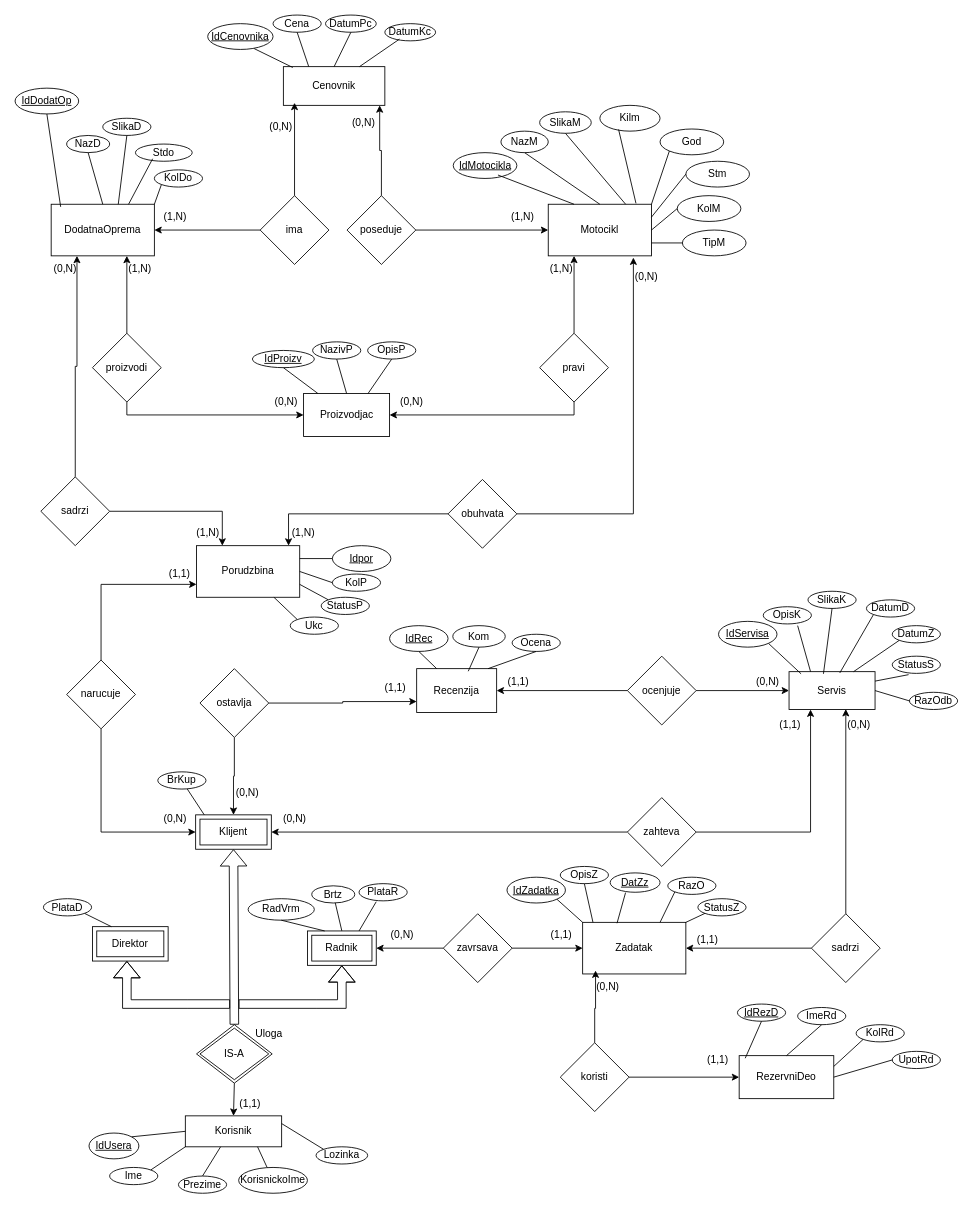
This is EER_Model.drawio from StefanRadasinovic/DiplomskiRAD, a draw.io file, before an edit. Source tidied: cells renumbered, new cells numbered last; positions are measured from the earlier drawing's top-left corner, leaving out a move shared by most shapes. Both pictures are drawn from the tidied source at 86%, with x=0, y=0 at pixel (15, 15).
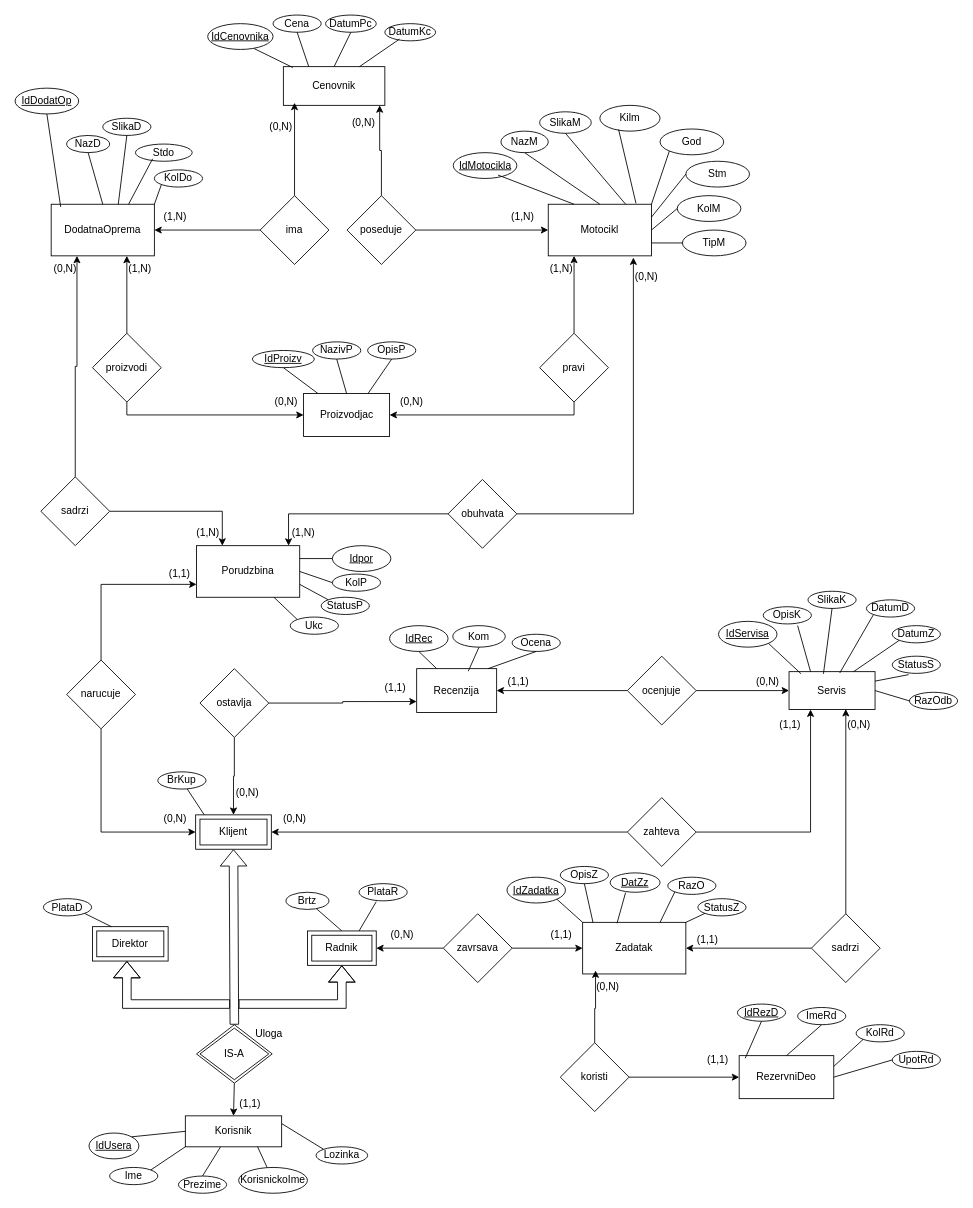
The same page after the edit.

The change refers to these unchanged cells:
```xml
<mxCell id="15" value="Radnik" style="shape=ext;margin=3;double=1;whiteSpace=wrap;html=1;align=center;" parent="1" vertex="1">
  <mxGeometry x="340" y="1065" width="80" height="40" as="geometry" />
</mxCell>
```

What changed in the source:
```diff
@@
     <mxCell id="8" value="Brtz" style="ellipse;whiteSpace=wrap;html=1;align=center;" parent="1" vertex="1">
-      <mxGeometry x="345" y="1012.5" width="50" height="20" as="geometry" />
+      <mxGeometry x="315" y="1020" width="50" height="20" as="geometry" />
     </mxCell>
@@
-    <mxCell id="16" value="RadVrm" style="ellipse;whiteSpace=wrap;html=1;align=center;" parent="1" vertex="1">
-      <mxGeometry x="271" y="1027.5" width="77" height="25" as="geometry" />
-    </mxCell>
-    <mxCell id="17" style="endArrow=none;html=1;rounded=0;entryX=0.25;entryY=0;entryDx=0;entryDy=0;exitX=0.5;exitY=1;exitDx=0;exitDy=0;" parent="1" edge="1" source="16" target="15">
-      <mxGeometry relative="1" as="geometry" />
-    </mxCell>
```
